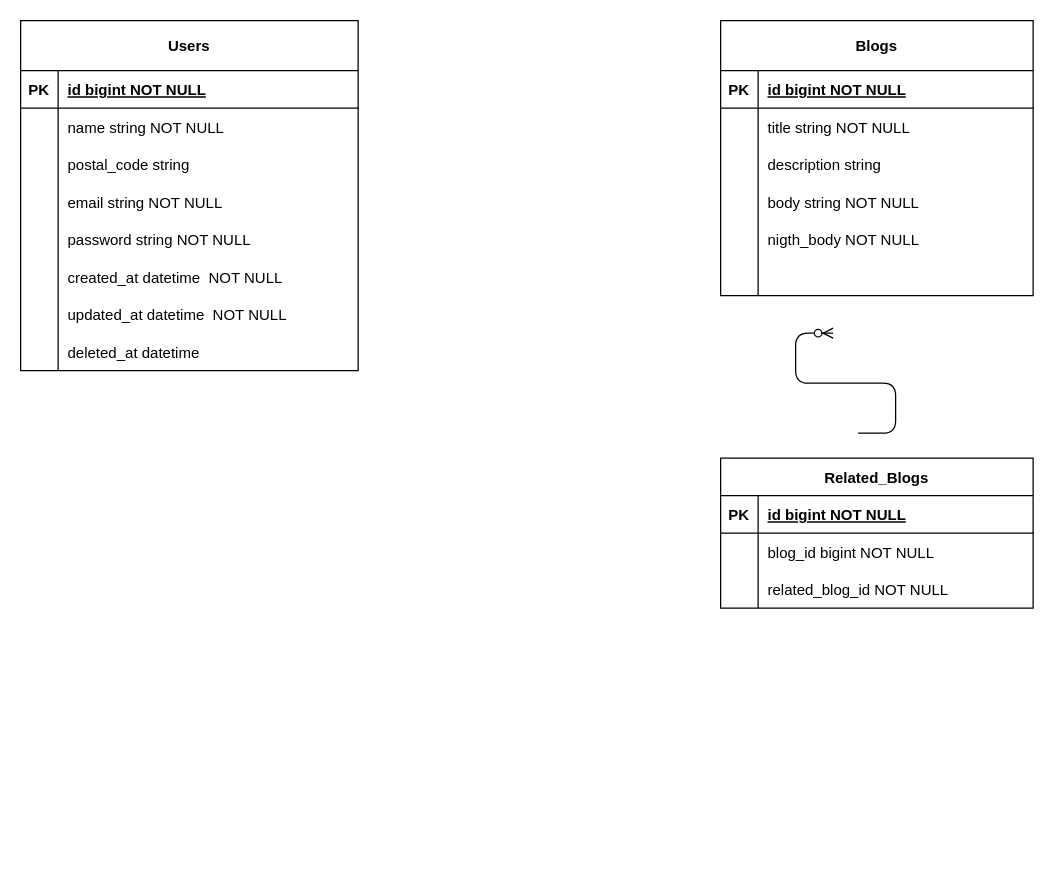
Above: docs/changeable.drawio in takeruun/changeable-blog-api (draw.io), before the change. Source tidied: cells renumbered, new cells numbered last; positions are measured from the earlier drawing's top-left corner, leaving out a move shared by most shapes. Both pictures are drawn from the tidied source at 125%, with x=0, y=0 at pixel (20, 20).
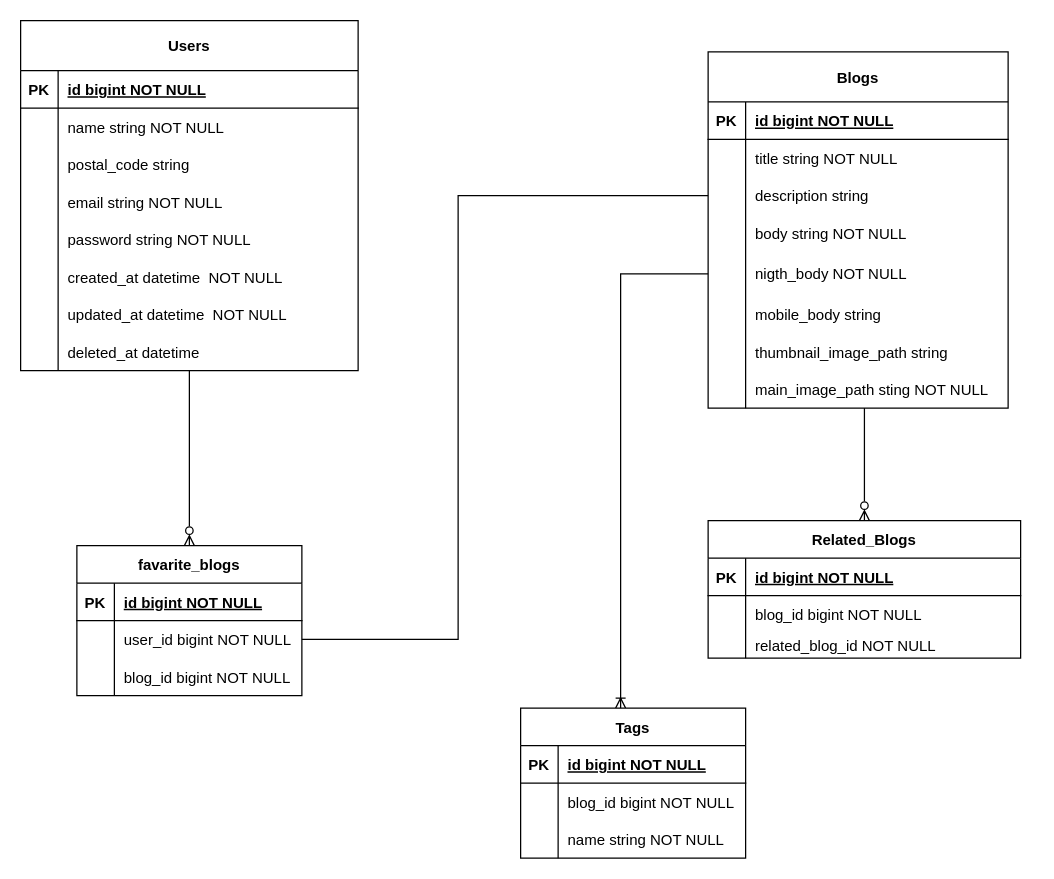
The same page after the edit.

Commit message:
changeable.drawio を更新します

The change refers to these unchanged cells:
```xml
<mxCell id="24" style="shape=partialRectangle;fillColor=none;points=[[0,0.5],[1,0.5]];portConstraint=eastwest;top=0;left=0;right=0;bottom=0;" parent="2" vertex="1">
  <mxGeometry y="250" width="270" height="30" as="geometry" />
</mxCell>
```

Diff of the diagram source:
```diff
@@
     <mxCell id="27" value="Blogs" style="shape=table;startSize=40;childLayout=tableLayout;rowLines=0;fontStyle=1;align=center;" parent="1" vertex="1">
-      <mxGeometry x="560" width="250" height="220" as="geometry" />
+      <mxGeometry x="550" y="25" width="240" height="285" as="geometry" />
     </mxCell>
     <mxCell id="28" style="shape=partialRectangle;fillColor=none;top=0;left=0;right=0;bottom=1;" parent="27" vertex="1">
-      <mxGeometry y="40" width="250" height="30" as="geometry" />
+      <mxGeometry y="40" width="240" height="30" as="geometry" />
     </mxCell>
@@
     <mxCell id="30" value="id bigint NOT NULL " style="shape=partialRectangle;overflow=hidden;fillColor=none;top=0;left=0;bottom=0;right=0;align=left;spacingLeft=6;fontStyle=5;" parent="28" vertex="1">
-      <mxGeometry x="30" width="220" height="30" as="geometry" />
+      <mxGeometry x="30" width="210" height="30" as="geometry" />
     </mxCell>
     <mxCell id="31" style="shape=partialRectangle;fillColor=none;top=0;left=0;right=0;bottom=0;" parent="27" vertex="1">
-      <mxGeometry y="70" width="250" height="30" as="geometry" />
+      <mxGeometry y="70" width="240" height="30" as="geometry" />
     </mxCell>
@@
     <mxCell id="33" value="title string NOT NULL" style="shape=partialRectangle;overflow=hidden;fillColor=none;top=0;left=0;bottom=0;right=0;align=left;spacingLeft=6;" parent="31" vertex="1">
-      <mxGeometry x="30" width="220" height="30" as="geometry" />
+      <mxGeometry x="30" width="210" height="30" as="geometry" />
     </mxCell>
     <mxCell id="34" style="shape=partialRectangle;fillColor=none;points=[[0,0.5],[1,0.5]];portConstraint=eastwest;top=0;left=0;right=0;bottom=0;" parent="27" vertex="1">
-      <mxGeometry y="100" width="250" height="30" as="geometry" />
+      <mxGeometry y="100" width="240" height="30" as="geometry" />
     </mxCell>
@@
     <mxCell id="36" value="description string" style="shape=partialRectangle;overflow=hidden;fillColor=none;top=0;left=0;bottom=0;right=0;align=left;spacingLeft=6;" parent="34" vertex="1">
-      <mxGeometry x="30" width="220" height="30" as="geometry" />
+      <mxGeometry x="30" width="210" height="30" as="geometry" />
     </mxCell>
     <mxCell id="37" style="shape=partialRectangle;fillColor=none;top=0;left=0;right=0;bottom=0;" parent="27" vertex="1">
-      <mxGeometry y="130" width="250" height="30" as="geometry" />
+      <mxGeometry y="130" width="240" height="30" as="geometry" />
     </mxCell>
@@
     <mxCell id="39" value="body string NOT NULL" style="shape=partialRectangle;overflow=hidden;fillColor=none;top=0;left=0;bottom=0;right=0;align=left;spacingLeft=6;" parent="37" vertex="1">
-      <mxGeometry x="30" width="220" height="30" as="geometry" />
+      <mxGeometry x="30" width="210" height="30" as="geometry" />
     </mxCell>
     <mxCell id="40" style="shape=partialRectangle;fillColor=none;points=[[0,0.5],[1,0.5]];portConstraint=eastwest;top=0;left=0;right=0;bottom=0;" parent="27" vertex="1">
-      <mxGeometry y="160" width="250" height="30" as="geometry" />
+      <mxGeometry y="160" width="240" height="35" as="geometry" />
     </mxCell>
     <mxCell id="41" style="shape=partialRectangle;overflow=hidden;fillColor=none;top=0;left=0;bottom=0;right=0;" parent="40" vertex="1">
-      <mxGeometry width="30" height="30" as="geometry" />
+      <mxGeometry width="30" height="35" as="geometry" />
     </mxCell>
     <mxCell id="42" value="nigth_body NOT NULL" style="shape=partialRectangle;overflow=hidden;fillColor=none;top=0;left=0;bottom=0;right=0;align=left;spacingLeft=6;" parent="40" vertex="1">
-      <mxGeometry x="30" width="220" height="30" as="geometry" />
+      <mxGeometry x="30" width="210" height="35" as="geometry" />
     </mxCell>
-    <mxCell id="43" style="shape=partialRectangle;fillColor=none;top=0;left=0;right=0;bottom=0;" parent="27" vertex="1">
-      <mxGeometry y="190" width="250" height="30" as="geometry" />
-    </mxCell>
-    <mxCell id="44" style="shape=partialRectangle;overflow=hidden;fillColor=none;top=0;left=0;bottom=0;right=0;" parent="43" vertex="1">
-      <mxGeometry width="30" height="30" as="geometry" />
-    </mxCell>
-    <mxCell id="45" style="shape=partialRectangle;overflow=hidden;fillColor=none;top=0;left=0;bottom=0;right=0;align=left;spacingLeft=6;" parent="43" vertex="1">
-      <mxGeometry x="30" width="220" height="30" as="geometry" />
-    </mxCell>
+    <mxCell id="57" style="shape=partialRectangle;fillColor=none;top=0;left=0;right=0;bottom=0;" parent="27" vertex="1">
+      <mxGeometry y="195" width="240" height="30" as="geometry" />
+    </mxCell>
+    <mxCell id="58" style="shape=partialRectangle;overflow=hidden;fillColor=none;top=0;left=0;bottom=0;right=0;" parent="57" vertex="1">
+      <mxGeometry width="30" height="30" as="geometry" />
+    </mxCell>
+    <mxCell id="59" value="mobile_body string " style="shape=partialRectangle;overflow=hidden;fillColor=none;top=0;left=0;bottom=0;right=0;align=left;spacingLeft=6;" parent="57" vertex="1">
+      <mxGeometry x="30" width="210" height="30" as="geometry" />
+    </mxCell>
+    <mxCell id="60" style="shape=partialRectangle;fillColor=none;top=0;left=0;right=0;bottom=0;" parent="27" vertex="1">
+      <mxGeometry y="225" width="240" height="30" as="geometry" />
+    </mxCell>
+    <mxCell id="61" style="shape=partialRectangle;overflow=hidden;fillColor=none;top=0;left=0;bottom=0;right=0;" parent="60" vertex="1">
+      <mxGeometry width="30" height="30" as="geometry" />
+    </mxCell>
+    <mxCell id="62" value="thumbnail_image_path string " style="shape=partialRectangle;overflow=hidden;fillColor=none;top=0;left=0;bottom=0;right=0;align=left;spacingLeft=6;" parent="60" vertex="1">
+      <mxGeometry x="30" width="210" height="30" as="geometry" />
+    </mxCell>
+    <mxCell id="63" style="shape=partialRectangle;fillColor=none;points=[[0,0.5],[1,0.5]];portConstraint=eastwest;top=0;left=0;right=0;bottom=0;" parent="27" vertex="1">
+      <mxGeometry y="255" width="240" height="30" as="geometry" />
+    </mxCell>
+    <mxCell id="64" style="shape=partialRectangle;overflow=hidden;fillColor=none;top=0;left=0;bottom=0;right=0;" parent="63" vertex="1">
+      <mxGeometry width="30" height="30" as="geometry" />
+    </mxCell>
+    <mxCell id="65" value="main_image_path sting NOT NULL" style="shape=partialRectangle;overflow=hidden;fillColor=none;top=0;left=0;bottom=0;right=0;align=left;spacingLeft=6;" parent="63" vertex="1">
+      <mxGeometry x="30" width="210" height="30" as="geometry" />
+    </mxCell>
+    <mxCell id="66" style="edgeStyle=orthogonalEdgeStyle;rounded=0;jettySize=auto;html=1;endArrow=none;endFill=0;startArrow=ERzeroToMany;startFill=0;entryX=0.521;entryY=1;entryDx=0;entryDy=0;entryPerimeter=0;" parent="1" edge="1" source="46" target="63">
+      <mxGeometry relative="1" as="geometry" />
+    </mxCell>
     <mxCell id="46" value="Related_Blogs" style="shape=table;startSize=30;childLayout=tableLayout;rowLines=0;fontStyle=1;align=center;" parent="1" vertex="1">
-      <mxGeometry x="560" y="350" width="250" height="120" as="geometry" />
+      <mxGeometry x="550" y="400" width="250" height="110" as="geometry" />
     </mxCell>
@@
     <mxCell id="53" style="shape=tableRow;horizontal=0;startSize=0;swimlaneHead=0;swimlaneBody=0;fillColor=none;top=0;left=0;right=0;bottom=0;" parent="46" vertex="1">
-      <mxGeometry y="90" width="250" height="30" as="geometry" />
+      <mxGeometry y="90" width="250" height="20" as="geometry" />
     </mxCell>
     <mxCell id="54" style="shape=partialRectangle;fillColor=none;top=0;left=0;bottom=0;right=0;overflow=hidden;" parent="53" vertex="1">
-      <mxGeometry width="30" height="30" as="geometry" />
+      <mxGeometry width="30" height="20" as="geometry" />
     </mxCell>
     <mxCell id="55" value="related_blog_id NOT NULL" style="shape=partialRectangle;fillColor=none;top=0;left=0;bottom=0;right=0;align=left;spacingLeft=6;overflow=hidden;" parent="53" vertex="1">
-      <mxGeometry x="30" width="220" height="30" as="geometry" />
+      <mxGeometry x="30" width="220" height="20" as="geometry" />
     </mxCell>
-    <mxCell id="56" style="edgeStyle=entityRelationEdgeStyle;fontSize=12;html=1;endArrow=ERzeroToMany;endFill=1;rounded=1;" parent="1" edge="1">
-      <mxGeometry relative="1" as="geometry">
-        <mxPoint x="670" y="330" as="sourcePoint" />
-        <mxPoint x="650" y="250" as="targetPoint" />
-      </mxGeometry>
-    </mxCell>
+    <mxCell id="67" style="edgeStyle=orthogonalEdgeStyle;rounded=0;jettySize=auto;html=1;entryX=0.5;entryY=1;entryDx=0;entryDy=0;entryPerimeter=0;startArrow=ERzeroToMany;startFill=0;endArrow=none;endFill=0;" parent="1" edge="1" source="68" target="24">
+      <mxGeometry relative="1" as="geometry" />
+    </mxCell>
+    <mxCell id="68" value="favarite_blogs" style="shape=table;startSize=30;childLayout=tableLayout;rowLines=0;fontStyle=1;align=center;" parent="1" vertex="1">
+      <mxGeometry x="45" y="420" width="180" height="120" as="geometry" />
+    </mxCell>
+    <mxCell id="69" style="shape=tableRow;horizontal=0;startSize=0;swimlaneHead=0;swimlaneBody=0;fillColor=none;top=0;left=0;right=0;bottom=1;" parent="68" vertex="1">
+      <mxGeometry y="30" width="180" height="30" as="geometry" />
+    </mxCell>
+    <mxCell id="70" value="PK" style="shape=partialRectangle;fillColor=none;top=0;left=0;bottom=0;right=0;fontStyle=1;overflow=hidden;" parent="69" vertex="1">
+      <mxGeometry width="30" height="30" as="geometry" />
+    </mxCell>
+    <mxCell id="71" value="id bigint NOT NULL" style="shape=partialRectangle;fillColor=none;top=0;left=0;bottom=0;right=0;align=left;spacingLeft=6;fontStyle=5;overflow=hidden;" parent="69" vertex="1">
+      <mxGeometry x="30" width="150" height="30" as="geometry" />
+    </mxCell>
+    <mxCell id="72" style="shape=tableRow;horizontal=0;startSize=0;swimlaneHead=0;swimlaneBody=0;fillColor=none;points=[[0,0.5],[1,0.5]];portConstraint=eastwest;top=0;left=0;right=0;bottom=0;" parent="68" vertex="1">
+      <mxGeometry y="60" width="180" height="30" as="geometry" />
+    </mxCell>
+    <mxCell id="73" style="shape=partialRectangle;fillColor=none;top=0;left=0;bottom=0;right=0;overflow=hidden;" parent="72" vertex="1">
+      <mxGeometry width="30" height="30" as="geometry" />
+    </mxCell>
+    <mxCell id="74" value="user_id bigint NOT NULL" style="shape=partialRectangle;fillColor=none;top=0;left=0;bottom=0;right=0;align=left;spacingLeft=6;overflow=hidden;" parent="72" vertex="1">
+      <mxGeometry x="30" width="150" height="30" as="geometry" />
+    </mxCell>
+    <mxCell id="75" style="shape=tableRow;horizontal=0;startSize=0;swimlaneHead=0;swimlaneBody=0;fillColor=none;top=0;left=0;right=0;bottom=0;" parent="68" vertex="1">
+      <mxGeometry y="90" width="180" height="30" as="geometry" />
+    </mxCell>
+    <mxCell id="76" style="shape=partialRectangle;fillColor=none;top=0;left=0;bottom=0;right=0;overflow=hidden;" parent="75" vertex="1">
+      <mxGeometry width="30" height="30" as="geometry" />
+    </mxCell>
+    <mxCell id="77" value="blog_id bigint NOT NULL" style="shape=partialRectangle;fillColor=none;top=0;left=0;bottom=0;right=0;align=left;spacingLeft=6;overflow=hidden;" parent="75" vertex="1">
+      <mxGeometry x="30" width="150" height="30" as="geometry" />
+    </mxCell>
+    <mxCell id="78" style="edgeStyle=orthogonalEdgeStyle;rounded=0;jettySize=auto;html=1;startArrow=none;startFill=0;endArrow=none;endFill=0;entryX=0;entryY=0.5;entryDx=0;entryDy=0;" parent="1" edge="1" source="72" target="34">
+      <mxGeometry relative="1" as="geometry">
+        <Array as="points">
+          <mxPoint x="350" y="495" />
+          <mxPoint x="350" y="140" />
+        </Array>
+      </mxGeometry>
+    </mxCell>
+    <mxCell id="79" style="edgeStyle=orthogonalEdgeStyle;rounded=0;jettySize=auto;html=1;entryX=0;entryY=0.5;entryDx=0;entryDy=0;startArrow=ERoneToMany;startFill=0;endArrow=none;endFill=0;" parent="1" edge="1" source="80" target="40">
+      <mxGeometry relative="1" as="geometry">
+        <Array as="points">
+          <mxPoint x="480" y="203" />
+        </Array>
+      </mxGeometry>
+    </mxCell>
+    <mxCell id="80" value="Tags" style="shape=table;startSize=30;childLayout=tableLayout;rowLines=0;fontStyle=1;align=center;" parent="1" vertex="1">
+      <mxGeometry x="400" y="550" width="180" height="120" as="geometry" />
+    </mxCell>
+    <mxCell id="81" style="shape=tableRow;horizontal=0;startSize=0;swimlaneHead=0;swimlaneBody=0;fillColor=none;top=0;left=0;right=0;bottom=1;" parent="80" vertex="1">
+      <mxGeometry y="30" width="180" height="30" as="geometry" />
+    </mxCell>
+    <mxCell id="82" value="PK" style="shape=partialRectangle;fillColor=none;top=0;left=0;bottom=0;right=0;fontStyle=1;overflow=hidden;" parent="81" vertex="1">
+      <mxGeometry width="30" height="30" as="geometry" />
+    </mxCell>
+    <mxCell id="83" value="id bigint NOT NULL" style="shape=partialRectangle;fillColor=none;top=0;left=0;bottom=0;right=0;align=left;spacingLeft=6;fontStyle=5;overflow=hidden;" parent="81" vertex="1">
+      <mxGeometry x="30" width="150" height="30" as="geometry" />
+    </mxCell>
+    <mxCell id="84" style="shape=tableRow;horizontal=0;startSize=0;swimlaneHead=0;swimlaneBody=0;fillColor=none;top=0;left=0;right=0;bottom=0;" parent="80" vertex="1">
+      <mxGeometry y="60" width="180" height="30" as="geometry" />
+    </mxCell>
+    <mxCell id="85" style="shape=partialRectangle;fillColor=none;top=0;left=0;bottom=0;right=0;overflow=hidden;" parent="84" vertex="1">
+      <mxGeometry width="30" height="30" as="geometry" />
+    </mxCell>
+    <mxCell id="86" value="blog_id bigint NOT NULL" style="shape=partialRectangle;fillColor=none;top=0;left=0;bottom=0;right=0;align=left;spacingLeft=6;overflow=hidden;" parent="84" vertex="1">
+      <mxGeometry x="30" width="150" height="30" as="geometry" />
+    </mxCell>
+    <mxCell id="87" style="shape=tableRow;horizontal=0;startSize=0;swimlaneHead=0;swimlaneBody=0;fillColor=none;top=0;left=0;right=0;bottom=0;" parent="80" vertex="1">
+      <mxGeometry y="90" width="180" height="30" as="geometry" />
+    </mxCell>
+    <mxCell id="88" style="shape=partialRectangle;fillColor=none;top=0;left=0;bottom=0;right=0;overflow=hidden;" parent="87" vertex="1">
+      <mxGeometry width="30" height="30" as="geometry" />
+    </mxCell>
+    <mxCell id="89" value="name string NOT NULL" style="shape=partialRectangle;fillColor=none;top=0;left=0;bottom=0;right=0;align=left;spacingLeft=6;overflow=hidden;" parent="87" vertex="1">
+      <mxGeometry x="30" width="150" height="30" as="geometry" />
+    </mxCell>
```
